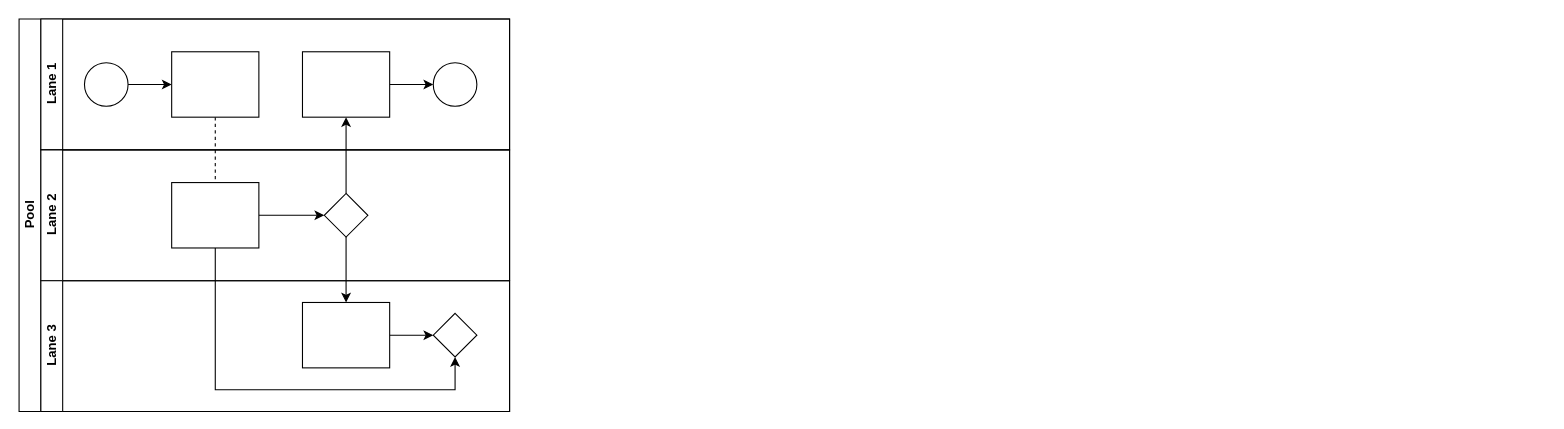
Before: Untitled Diagram.drawio in keith-codez/BetCalculator, a draw.io diagram. Source tidied: cells renumbered, new cells numbered last; positions are measured from the earlier drawing's top-left corner, leaving out a move shared by most shapes. Both pictures are drawn from the tidied source at 109%, with x=0, y=0 at pixel (19, 19).
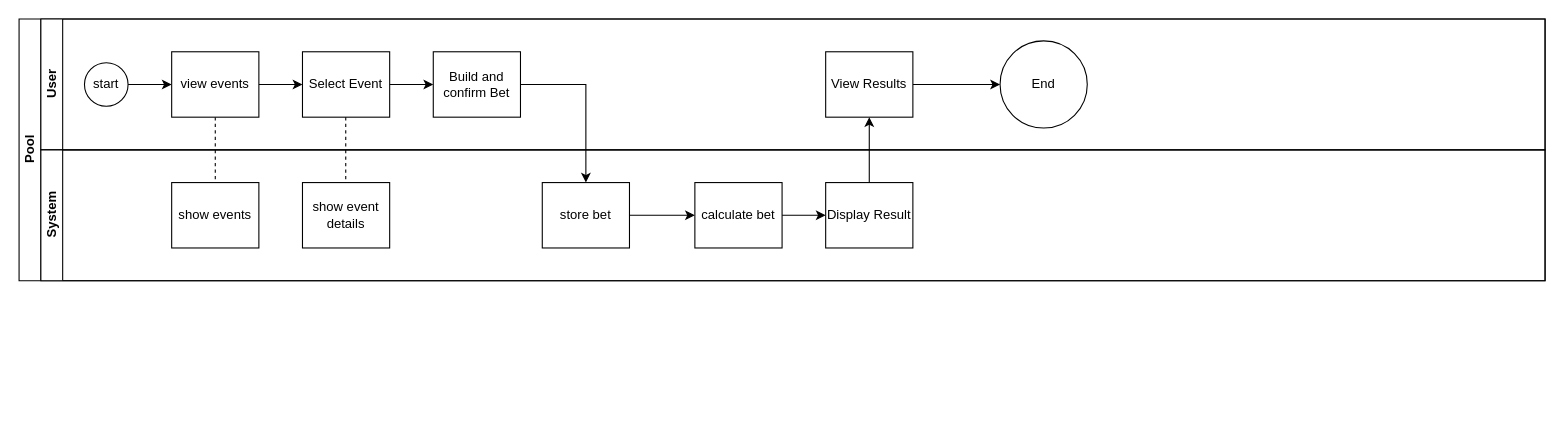
After the change.

Diff of the diagram source:
```diff
@@
     <mxCell id="2" value="Pool" style="swimlane;html=1;horizontal=0;startSize=20;" parent="1" vertex="1">
-      <mxGeometry width="450" height="360" as="geometry" />
+      <mxGeometry width="1400" height="240" as="geometry" />
     </mxCell>
@@
-    <mxCell id="4" style="edgeStyle=orthogonalEdgeStyle;rounded=0;jettySize=auto;html=1;endArrow=classic;endFill=1;" parent="2" edge="1" source="17" target="12">
-      <mxGeometry relative="1" as="geometry" />
-    </mxCell>
-    <mxCell id="5" style="edgeStyle=orthogonalEdgeStyle;rounded=0;jettySize=auto;html=1;endArrow=classic;endFill=1;" parent="2" edge="1" source="17" target="20">
-      <mxGeometry relative="1" as="geometry" />
-    </mxCell>
-    <mxCell id="6" style="edgeStyle=orthogonalEdgeStyle;rounded=0;jettySize=auto;html=1;endArrow=classic;endFill=1;" parent="2" edge="1" source="16" target="21">
-      <mxGeometry relative="1" as="geometry">
-        <Array as="points">
-          <mxPoint x="180" y="340" />
-          <mxPoint x="400" y="340" />
-        </Array>
-      </mxGeometry>
-    </mxCell>
-    <mxCell id="7" value="Lane 1" style="swimlane;html=1;startSize=20;horizontal=0;" parent="2" vertex="1">
-      <mxGeometry x="20" width="430" height="120" as="geometry" />
+    <mxCell id="7" value="User" style="swimlane;html=1;startSize=20;horizontal=0;" parent="2" vertex="1">
+      <mxGeometry x="20" width="1380" height="120" as="geometry" />
     </mxCell>
@@
-    <mxCell id="9" style="ellipse;whiteSpace=wrap;html=1;" parent="7" vertex="1">
+    <mxCell id="9" value="start" style="ellipse;whiteSpace=wrap;html=1;" parent="7" vertex="1">
       <mxGeometry x="40" y="40" width="40" height="40" as="geometry" />
     </mxCell>
+    <mxCell id="22" style="edgeStyle=orthogonalEdgeStyle;rounded=0;jettySize=auto;html=1;" parent="7" edge="1" source="10" target="12">
+      <mxGeometry relative="1" as="geometry" />
+    </mxCell>
-    <mxCell id="10" style="rounded=0;whiteSpace=wrap;html=1;fontFamily=Helvetica;fontSize=12;fontColor=#000000;align=center;" parent="7" vertex="1">
+    <mxCell id="10" value="view events" style="rounded=0;whiteSpace=wrap;html=1;fontFamily=Helvetica;fontSize=12;fontColor=#000000;align=center;" parent="7" vertex="1">
       <mxGeometry x="120" y="30" width="80" height="60" as="geometry" />
     </mxCell>
-    <mxCell id="11" style="edgeStyle=orthogonalEdgeStyle;rounded=0;jettySize=auto;html=1;endArrow=classic;endFill=1;" parent="7" edge="1" source="12" target="13">
-      <mxGeometry relative="1" as="geometry" />
+    <mxCell id="11" style="edgeStyle=orthogonalEdgeStyle;rounded=0;jettySize=auto;html=1;endArrow=classic;endFill=1;" parent="7" edge="1" source="12">
+      <mxGeometry relative="1" as="geometry">
+        <mxPoint x="360" y="60" as="targetPoint" />
+      </mxGeometry>
     </mxCell>
-    <mxCell id="12" style="rounded=0;whiteSpace=wrap;html=1;fontFamily=Helvetica;fontSize=12;fontColor=#000000;align=center;" parent="7" vertex="1">
+    <mxCell id="12" value="Select Event" style="rounded=0;whiteSpace=wrap;html=1;fontFamily=Helvetica;fontSize=12;fontColor=#000000;align=center;" parent="7" vertex="1">
       <mxGeometry x="240" y="30" width="80" height="60" as="geometry" />
     </mxCell>
-    <mxCell id="13" style="ellipse;whiteSpace=wrap;html=1;" parent="7" vertex="1">
-      <mxGeometry x="360" y="40" width="40" height="40" as="geometry" />
-    </mxCell>
+    <mxCell id="23" value="Build and confirm Bet" style="rounded=0;whiteSpace=wrap;html=1;fontFamily=Helvetica;fontSize=12;fontColor=#000000;align=center;" parent="7" vertex="1">
+      <mxGeometry x="360" y="30" width="80" height="60" as="geometry" />
+    </mxCell>
+    <mxCell id="24" style="edgeStyle=orthogonalEdgeStyle;rounded=0;orthogonalLoop=1;jettySize=auto;html=1;dashed=1;endArrow=none;endFill=0;" parent="7" edge="1">
+      <mxGeometry relative="1" as="geometry">
+        <mxPoint x="279.7" y="90" as="sourcePoint" />
+        <mxPoint x="279.7" y="150" as="targetPoint" />
+        <Array as="points">
+          <mxPoint x="279.7" y="110" />
+          <mxPoint x="279.7" y="110" />
+        </Array>
+      </mxGeometry>
+    </mxCell>
+    <mxCell id="25" style="edgeStyle=orthogonalEdgeStyle;rounded=0;jettySize=auto;html=1;" parent="7" edge="1" source="26" target="27">
+      <mxGeometry relative="1" as="geometry" />
+    </mxCell>
+    <mxCell id="26" value="View Results" style="rounded=0;whiteSpace=wrap;html=1;fontFamily=Helvetica;fontSize=12;fontColor=#000000;align=center;" parent="7" vertex="1">
+      <mxGeometry x="720" y="30" width="80" height="60" as="geometry" />
+    </mxCell>
+    <mxCell id="27" value="End" style="ellipse;whiteSpace=wrap;html=1;fontColor=#000000;rounded=0;" parent="7" vertex="1">
+      <mxGeometry x="880" y="20" width="80" height="80" as="geometry" />
+    </mxCell>
-    <mxCell id="14" value="Lane 2" style="swimlane;html=1;startSize=20;horizontal=0;" parent="2" vertex="1">
-      <mxGeometry x="20" y="120" width="430" height="120" as="geometry" />
+    <mxCell id="14" value="System" style="swimlane;html=1;startSize=20;horizontal=0;" parent="2" vertex="1">
+      <mxGeometry x="20" y="120" width="1380" height="120" as="geometry" />
     </mxCell>
-    <mxCell id="15" style="edgeStyle=orthogonalEdgeStyle;rounded=0;jettySize=auto;html=1;endArrow=classic;endFill=1;" parent="14" edge="1" source="16" target="17">
-      <mxGeometry relative="1" as="geometry" />
-    </mxCell>
-    <mxCell id="16" style="rounded=0;whiteSpace=wrap;html=1;fontFamily=Helvetica;fontSize=12;fontColor=#000000;align=center;" parent="14" vertex="1">
+    <mxCell id="16" value="show events" style="rounded=0;whiteSpace=wrap;html=1;fontFamily=Helvetica;fontSize=12;fontColor=#000000;align=center;" parent="14" vertex="1">
       <mxGeometry x="120" y="30" width="80" height="60" as="geometry" />
     </mxCell>
-    <mxCell id="17" style="rhombus;whiteSpace=wrap;html=1;fontFamily=Helvetica;fontSize=12;fontColor=#000000;align=center;" parent="14" vertex="1">
-      <mxGeometry x="260" y="40" width="40" height="40" as="geometry" />
-    </mxCell>
-    <mxCell id="18" value="Lane 3" style="swimlane;html=1;startSize=20;horizontal=0;" parent="2" vertex="1">
-      <mxGeometry x="20" y="240" width="430" height="120" as="geometry" />
-    </mxCell>
-    <mxCell id="19" style="edgeStyle=orthogonalEdgeStyle;rounded=0;jettySize=auto;html=1;endArrow=classic;endFill=1;" parent="18" edge="1" source="20" target="21">
-      <mxGeometry relative="1" as="geometry" />
-    </mxCell>
-    <mxCell id="20" style="rounded=0;whiteSpace=wrap;html=1;fontFamily=Helvetica;fontSize=12;fontColor=#000000;align=center;" parent="18" vertex="1">
-      <mxGeometry x="240" y="20" width="80" height="60" as="geometry" />
-    </mxCell>
-    <mxCell id="21" style="rhombus;whiteSpace=wrap;html=1;fontFamily=Helvetica;fontSize=12;fontColor=#000000;align=center;" parent="18" vertex="1">
-      <mxGeometry x="360" y="30" width="40" height="40" as="geometry" />
-    </mxCell>
+    <mxCell id="28" value="show event details" style="rounded=0;whiteSpace=wrap;html=1;fontFamily=Helvetica;fontSize=12;fontColor=#000000;align=center;" parent="14" vertex="1">
+      <mxGeometry x="240" y="30" width="80" height="60" as="geometry" />
+    </mxCell>
+    <mxCell id="29" style="edgeStyle=orthogonalEdgeStyle;rounded=0;jettySize=auto;html=1;" parent="14" edge="1" source="30" target="32">
+      <mxGeometry relative="1" as="geometry" />
+    </mxCell>
+    <mxCell id="30" value="store bet" style="rounded=0;whiteSpace=wrap;html=1;fontFamily=Helvetica;fontSize=12;fontColor=#000000;align=center;" parent="14" vertex="1">
+      <mxGeometry x="460" y="30" width="80" height="60" as="geometry" />
+    </mxCell>
+    <mxCell id="31" style="edgeStyle=orthogonalEdgeStyle;rounded=0;jettySize=auto;html=1;" parent="14" edge="1" source="32" target="33">
+      <mxGeometry relative="1" as="geometry" />
+    </mxCell>
+    <mxCell id="32" value="calculate bet" style="rounded=0;whiteSpace=wrap;html=1;fontFamily=Helvetica;fontSize=12;fontColor=#000000;align=center;" parent="14" vertex="1">
+      <mxGeometry x="600" y="30" width="80" height="60" as="geometry" />
+    </mxCell>
+    <mxCell id="33" value="Display Result" style="rounded=0;whiteSpace=wrap;html=1;fontFamily=Helvetica;fontSize=12;fontColor=#000000;align=center;" parent="14" vertex="1">
+      <mxGeometry x="720" y="30" width="80" height="60" as="geometry" />
+    </mxCell>
+    <mxCell id="34" style="edgeStyle=orthogonalEdgeStyle;rounded=0;jettySize=auto;html=1;endArrow=classic;endFill=1;" parent="2" edge="1" source="23" target="30">
+      <mxGeometry relative="1" as="geometry" />
+    </mxCell>
+    <mxCell id="35" style="edgeStyle=orthogonalEdgeStyle;rounded=0;jettySize=auto;html=1;" parent="2" edge="1" source="33" target="26">
+      <mxGeometry relative="1" as="geometry" />
+    </mxCell>
```
